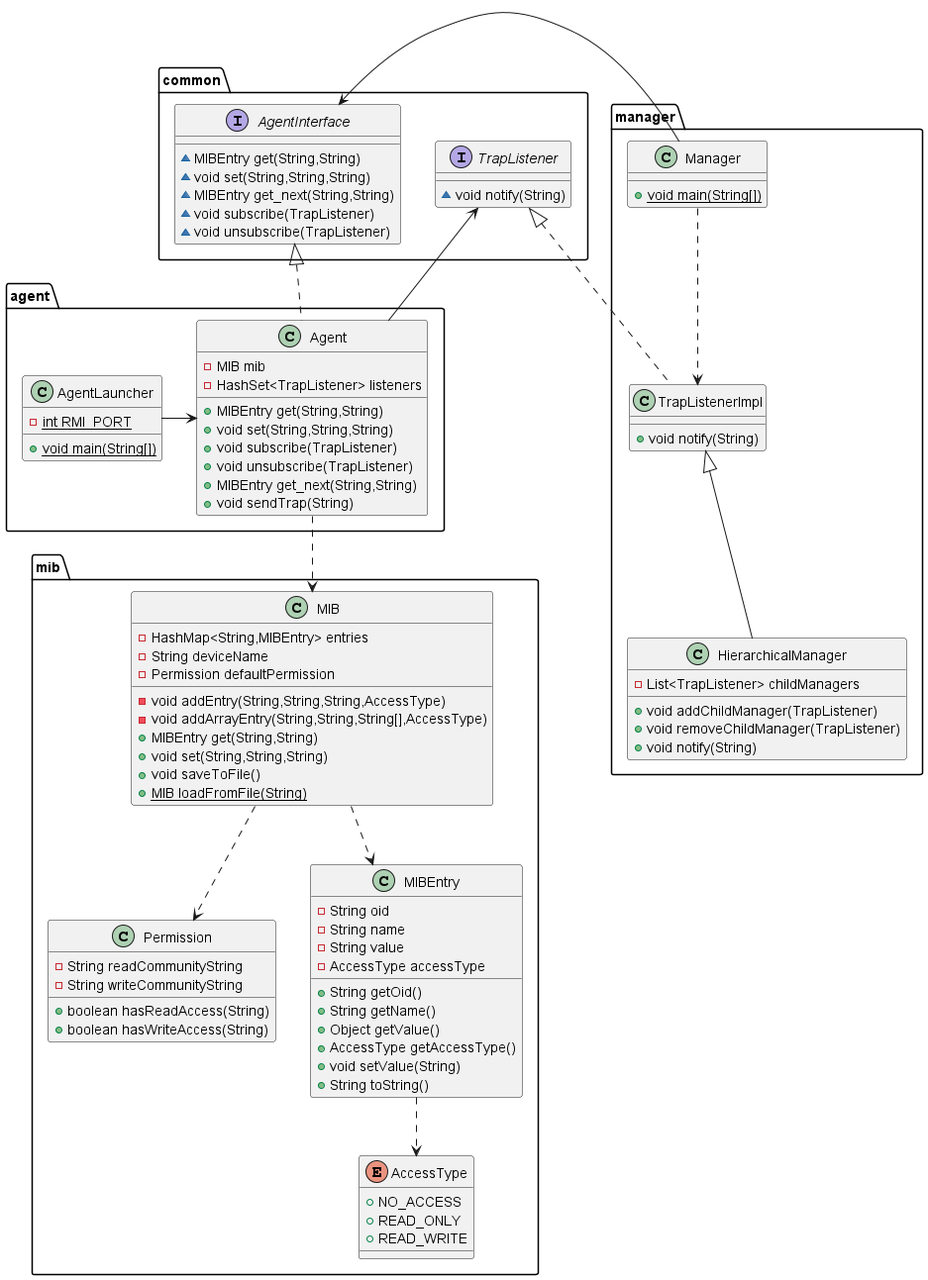
louga31/SNMP keeps this PlantUML diagram as UML.png. Above is the earlier version.
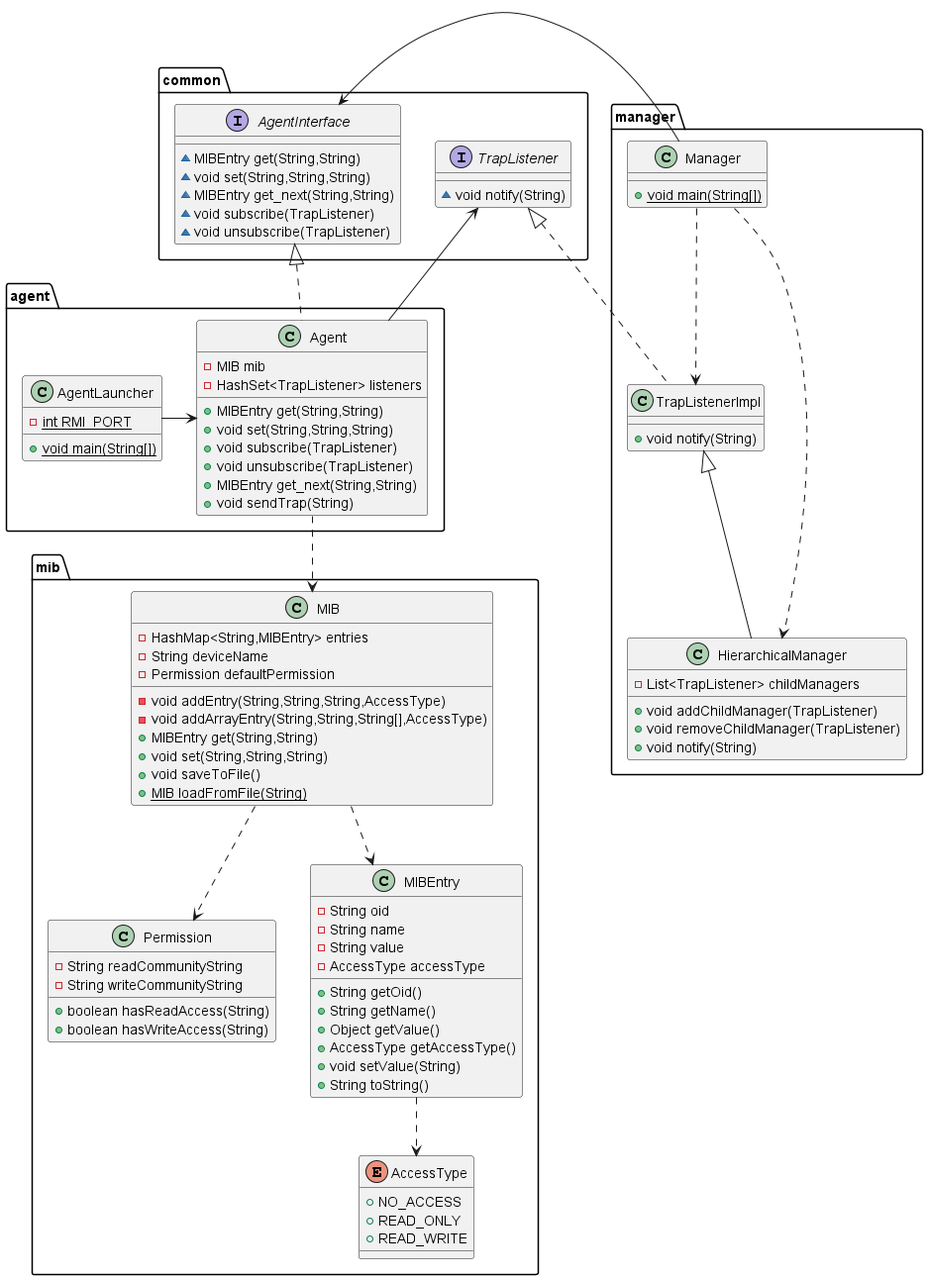
Above is the later version.

The edit, as a diff of the source:
```diff
@@ -81,4 +81,5 @@
 common.TrapListener <|.. manager.TrapListenerImpl
 manager.Manager ..> manager.TrapListenerImpl
 manager.TrapListenerImpl <|-- manager.HierarchicalManager
+manager.Manager ..> manager.HierarchicalManager
 @enduml
```
